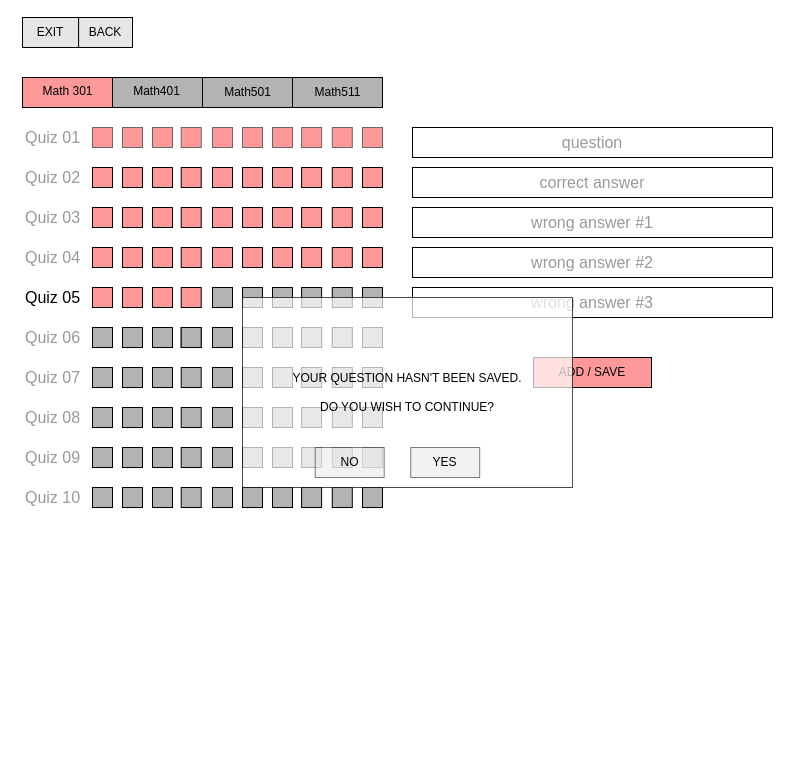
This is page "teacherAuthoring" (3 of 6) of Untitled Diagram.drawio from Yousef-Emadi/ZOE-Website, a draw.io file, before an edit. Source tidied: cells renumbered, new cells numbered last; positions are measured from the earlier drawing's top-left corner, leaving out a move shared by most shapes. Both pictures are drawn from the tidied source at 100%, with x=0, y=0 at pixel (17, 17).
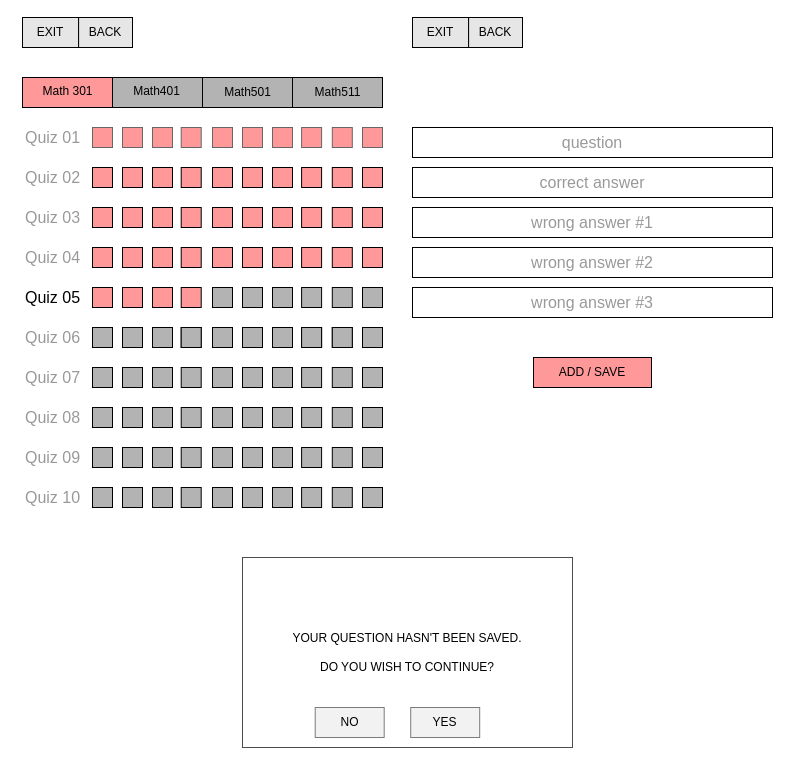
Above is the later version.

What changed in the source:
```diff
@@
     <mxCell id="138" style="group;" parent="1" vertex="1">
-      <mxGeometry x="215" y="290" width="330" height="190" as="geometry" />
+      <mxGeometry x="215" y="550" width="330" height="190" as="geometry" />
     </mxCell>
@@
+    <mxCell id="142" value="&lt;font color=&quot;#000000&quot; style=&quot;font-size: 12px&quot;&gt;&lt;span style=&quot;font-size: 12px&quot;&gt;EXIT&lt;/span&gt;&lt;/font&gt;" style="rounded=0;whiteSpace=wrap;html=1;fontSize=12;fontColor=#999999;fillColor=#E6E6E6;" parent="1" vertex="1">
+      <mxGeometry x="395" width="56.1" height="30" as="geometry" />
+    </mxCell>
+    <mxCell id="143" value="&lt;font color=&quot;#000000&quot; style=&quot;font-size: 12px&quot;&gt;&lt;span style=&quot;font-size: 12px&quot;&gt;BACK&lt;/span&gt;&lt;/font&gt;" style="rounded=0;whiteSpace=wrap;html=1;fontSize=12;fontColor=#999999;fillColor=#E6E6E6;" parent="1" vertex="1">
+      <mxGeometry x="451.1" width="53.9" height="30" as="geometry" />
+    </mxCell>
```
